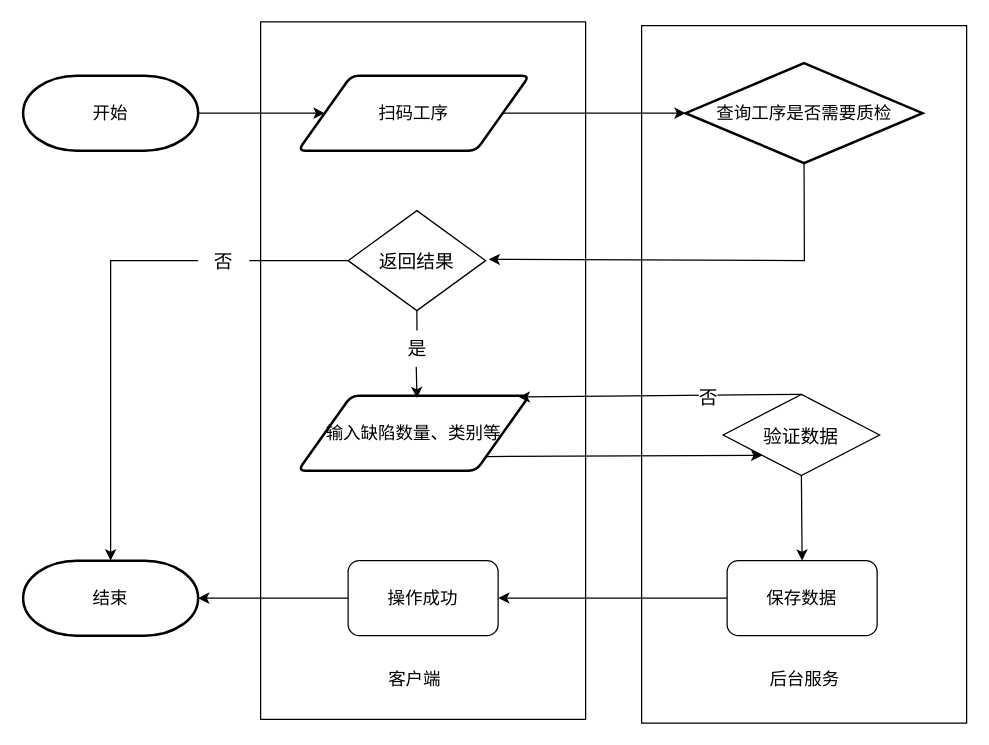
The draw.io diagram 质检流程.drawio in KNAI-I/test, before the edit. Source tidied: cells renumbered, new cells numbered last; positions are measured from the earlier drawing's top-left corner, leaving out a move shared by most shapes. Both pictures are drawn from the tidied source at 125%, with x=0, y=0 at pixel (22, 21).
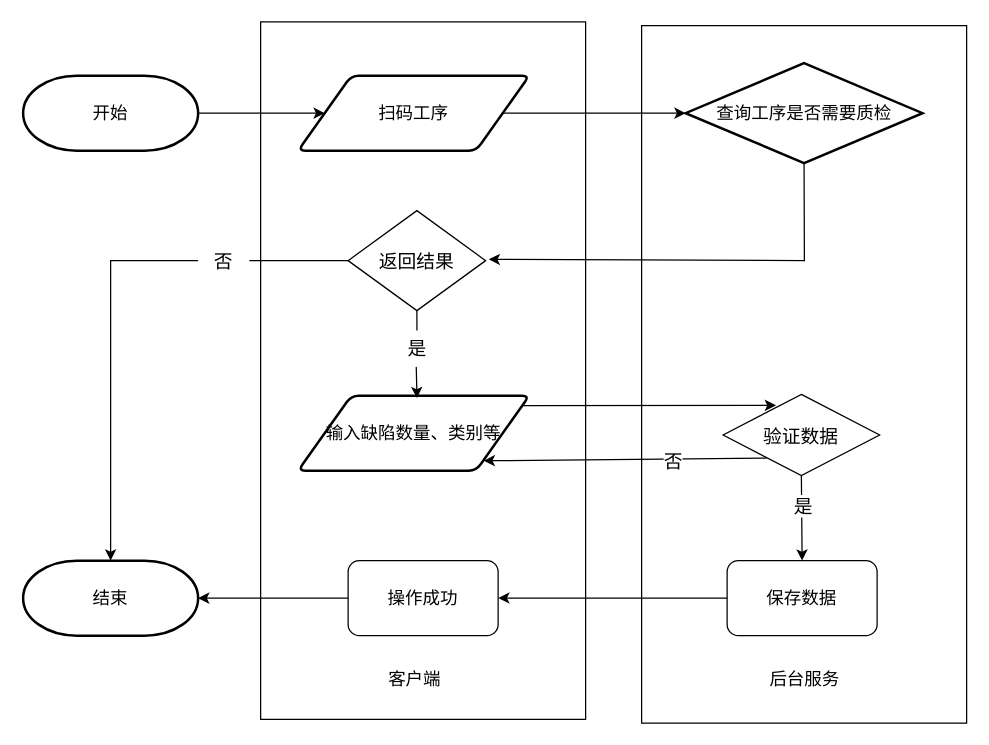
The same diagram, later.

Commit message:
更新质检流程.drawio

The change refers to these unchanged cells:
```xml
<mxCell id="17" value="输入缺陷数量、类别等" style="shape=parallelogram;html=1;strokeWidth=2;perimeter=parallelogramPerimeter;whiteSpace=wrap;rounded=1;arcSize=12;size=0.23;fontSize=14;" parent="1" vertex="1">
  <mxGeometry x="220" y="299" width="185" height="60" as="geometry" />
</mxCell>
<mxCell id="21" value="验证数据" style="rhombus;whiteSpace=wrap;html=1;fontSize=15;" parent="1" vertex="1">
  <mxGeometry x="560" y="298" width="125.2" height="65" as="geometry" />
</mxCell>
<mxCell id="26" style="endArrow=classic;html=1;rounded=0;fontSize=15;entryX=0.5;entryY=0;entryDx=0;entryDy=0;exitX=0.5;exitY=1;exitDx=0;exitDy=0;" parent="1" edge="1" source="21" target="25">
  <mxGeometry relative="1" as="geometry" />
</mxCell>
```

Change to the diagram source:
```diff
@@
-    <mxCell id="22" style="endArrow=classic;html=1;rounded=0;fontSize=15;entryX=0;entryY=1;entryDx=0;entryDy=0;exitX=1;exitY=1;exitDx=0;exitDy=0;" parent="1" edge="1" source="17" target="21">
-      <mxGeometry relative="1" as="geometry" />
+    <mxCell id="22" style="endArrow=classic;html=1;rounded=0;fontSize=15;entryX=0;entryY=1;entryDx=0;entryDy=0;" parent="1" edge="1">
+      <mxGeometry relative="1" as="geometry">
+        <mxPoint x="400" y="307" as="sourcePoint" />
+        <mxPoint x="602.3" y="306.8" as="targetPoint" />
+      </mxGeometry>
     </mxCell>
-    <mxCell id="23" style="endArrow=classic;html=1;rounded=0;fontSize=15;exitX=0.5;exitY=0;exitDx=0;exitDy=0;entryX=0.954;entryY=0.019;entryDx=0;entryDy=0;entryPerimeter=0;" parent="1" edge="1" source="21" target="17">
-      <mxGeometry relative="1" as="geometry" />
+    <mxCell id="23" style="endArrow=classic;html=1;rounded=0;fontSize=15;exitX=0.5;exitY=0;exitDx=0;exitDy=0;entryX=0.954;entryY=0.019;entryDx=0;entryDy=0;entryPerimeter=0;" parent="1" edge="1">
+      <mxGeometry relative="1" as="geometry">
+        <mxPoint x="594.6" y="349" as="sourcePoint" />
+        <mxPoint x="368.5" y="351.1" as="targetPoint" />
+      </mxGeometry>
     </mxCell>
@@
+    <mxCell id="30" value="是" style="edgeLabel;html=1;align=center;verticalAlign=middle;fontSize=15;" parent="26" vertex="1">
+      <mxGeometry x="-0.36" y="1" relative="1" as="geometry">
+        <mxPoint y="2" as="offset" />
+      </mxGeometry>
+    </mxCell>
```
